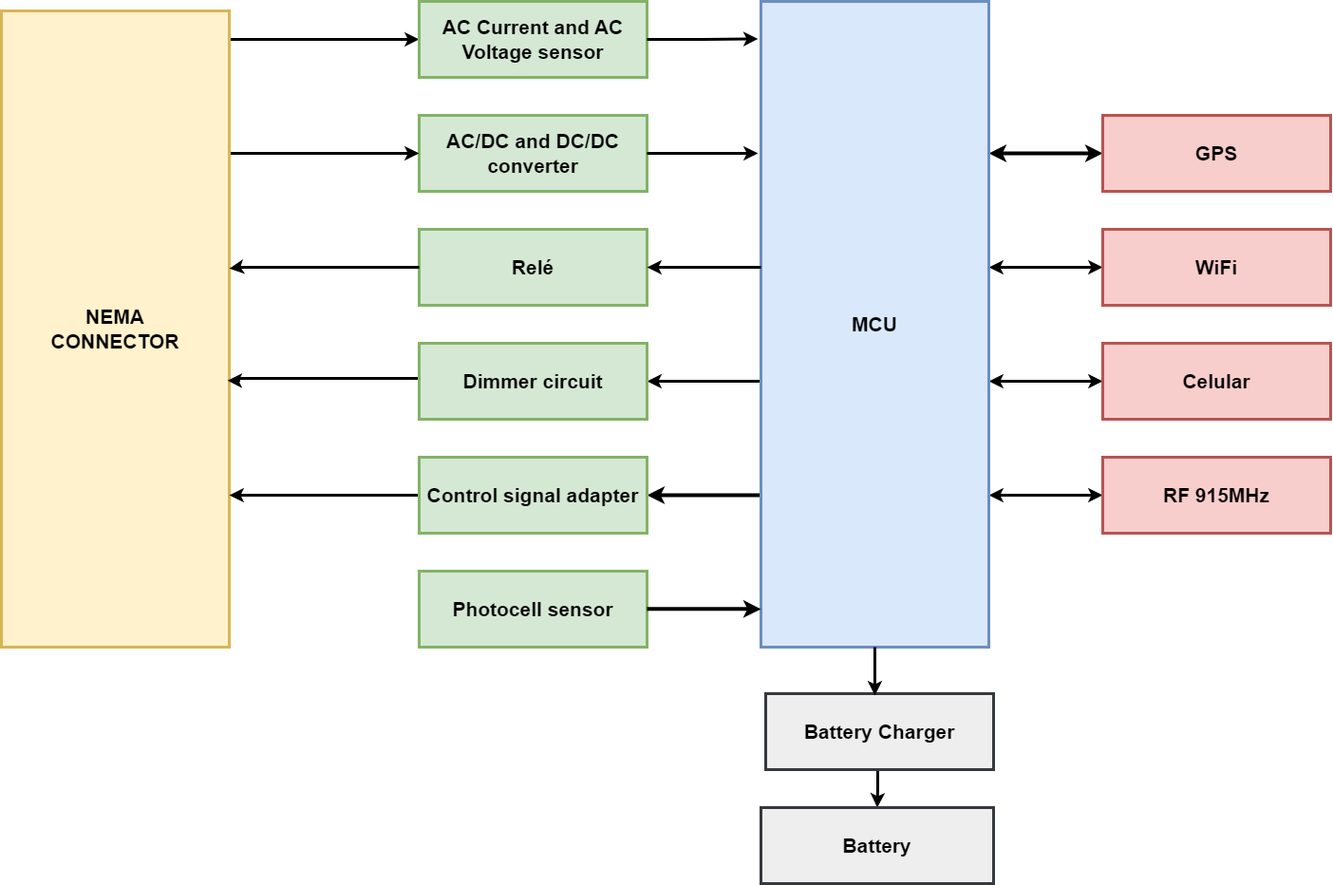
Earlier version of the draw.io export Figuras/diagBloquesGeneral.png (JuanmaGuariste/Planificacion). Source tidied: cells renumbered, new cells last; positions are measured from the earlier drawing's top-left corner, leaving out a move shared by most shapes.
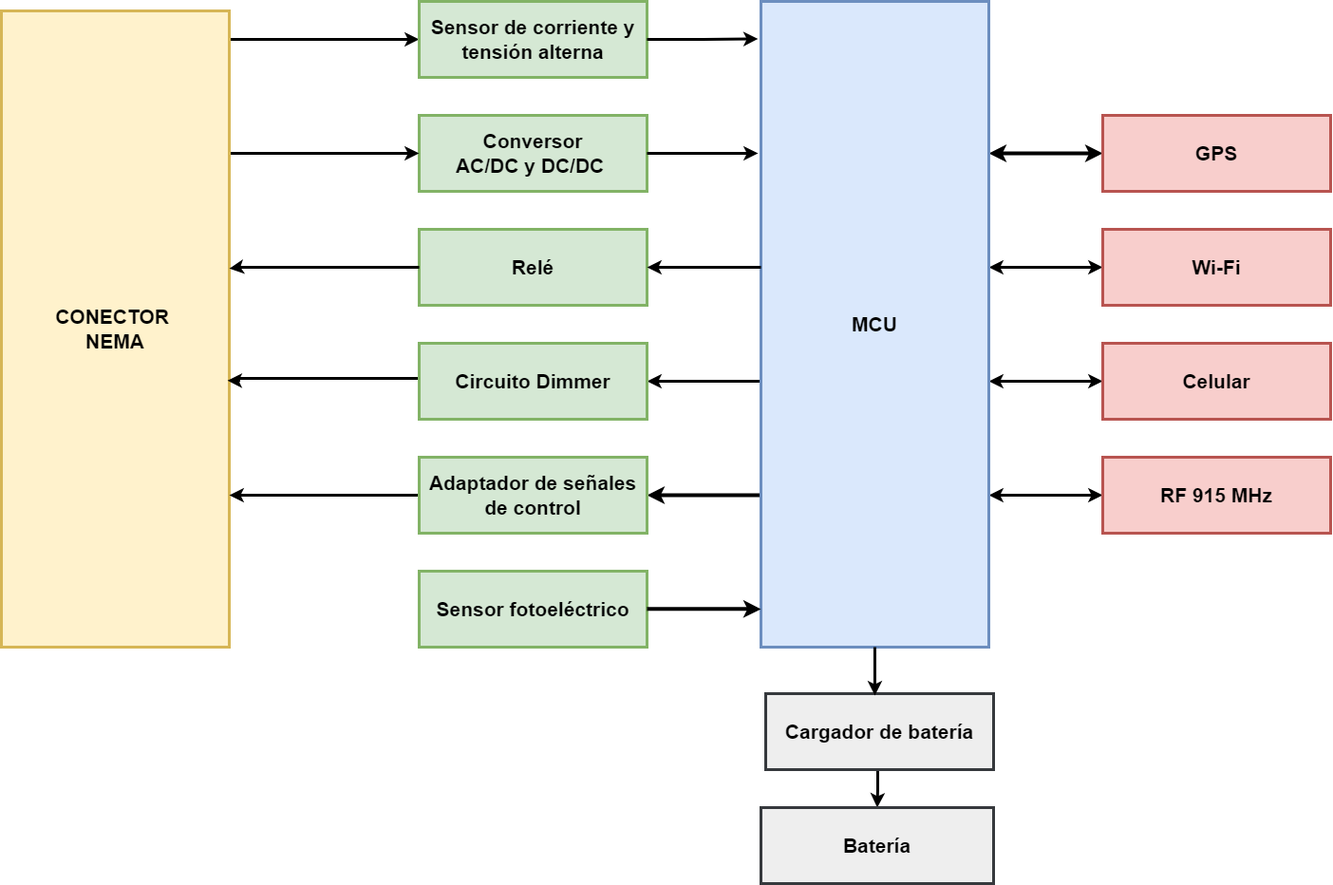
Above is the later version.

The edit, as a diff of the source:
```diff
@@ -56,16 +56,16 @@
     <mxCell id="9" value="&lt;font style=&quot;font-size: 21px;&quot;&gt;&lt;b&gt;GPS&lt;/b&gt;&lt;/font&gt;" style="rounded=0;whiteSpace=wrap;html=1;strokeWidth=3;fillColor=#f8cecc;strokeColor=#b85450;" parent="1" vertex="1">
       <mxGeometry x="1160" y="120" width="240" height="80" as="geometry" />
     </mxCell>
-    <mxCell id="10" value="&lt;font style=&quot;font-size: 21px;&quot;&gt;&lt;b&gt;WiFi&lt;/b&gt;&lt;/font&gt;" style="rounded=0;whiteSpace=wrap;html=1;strokeWidth=3;fillColor=#f8cecc;strokeColor=#b85450;" parent="1" vertex="1">
+    <mxCell id="10" value="&lt;font style=&quot;font-size: 21px;&quot;&gt;&lt;b&gt;Wi-Fi&lt;/b&gt;&lt;/font&gt;" style="rounded=0;whiteSpace=wrap;html=1;strokeWidth=3;fillColor=#f8cecc;strokeColor=#b85450;" parent="1" vertex="1">
       <mxGeometry x="1160" y="240" width="240" height="80" as="geometry" />
     </mxCell>
     <mxCell id="11" value="&lt;font style=&quot;font-size: 21px;&quot;&gt;&lt;b&gt;Celular&lt;/b&gt;&lt;/font&gt;" style="rounded=0;whiteSpace=wrap;html=1;strokeWidth=3;fillColor=#f8cecc;strokeColor=#b85450;" parent="1" vertex="1">
       <mxGeometry x="1160" y="360" width="240" height="80" as="geometry" />
     </mxCell>
-    <mxCell id="12" value="&lt;span style=&quot;font-size: 21px;&quot;&gt;&lt;b&gt;RF 915MHz&lt;/b&gt;&lt;/span&gt;" style="rounded=0;whiteSpace=wrap;html=1;strokeWidth=3;fillColor=#f8cecc;strokeColor=#b85450;" parent="1" vertex="1">
+    <mxCell id="12" value="&lt;span style=&quot;font-size: 21px;&quot;&gt;&lt;b&gt;RF 915 MHz&lt;/b&gt;&lt;/span&gt;" style="rounded=0;whiteSpace=wrap;html=1;strokeWidth=3;fillColor=#f8cecc;strokeColor=#b85450;" parent="1" vertex="1">
       <mxGeometry x="1160" y="480" width="240" height="80" as="geometry" />
     </mxCell>
-    <mxCell id="13" value="&lt;font style=&quot;font-size: 21px;&quot;&gt;&lt;b&gt;AC/DC and DC/DC converter&lt;/b&gt;&lt;/font&gt;" style="rounded=0;whiteSpace=wrap;html=1;strokeWidth=3;fillColor=#d5e8d4;strokeColor=#82b366;" parent="1" vertex="1">
+    <mxCell id="13" value="&lt;div&gt;&lt;font style=&quot;font-size: 21px;&quot;&gt;&lt;b&gt;Conversor&lt;/b&gt;&lt;/font&gt;&lt;/div&gt;&lt;font style=&quot;font-size: 21px;&quot;&gt;&lt;b&gt;AC/DC y DC/DC&amp;nbsp;&lt;/b&gt;&lt;/font&gt;" style="rounded=0;whiteSpace=wrap;html=1;strokeWidth=3;fillColor=#d5e8d4;strokeColor=#82b366;" parent="1" vertex="1">
       <mxGeometry x="440" y="120" width="240" height="80" as="geometry" />
     </mxCell>
     <mxCell id="14" style="edgeStyle=orthogonalEdgeStyle;rounded=0;jettySize=auto;html=1;entryX=0;entryY=0.5;entryDx=0;entryDy=0;strokeWidth=3;" parent="1" edge="1" source="16" target="13">
@@ -84,7 +84,7 @@
         </Array>
       </mxGeometry>
     </mxCell>
-    <mxCell id="16" value="&lt;font style=&quot;font-size: 21px;&quot;&gt;&lt;b&gt;NEMA&lt;/b&gt;&lt;/font&gt;&lt;div&gt;&lt;font style=&quot;font-size: 21px;&quot;&gt;&lt;b&gt;CONNECTOR&lt;/b&gt;&lt;/font&gt;&lt;/div&gt;" style="rounded=0;whiteSpace=wrap;html=1;strokeWidth=3;fillColor=#fff2cc;strokeColor=#d6b656;" parent="1" vertex="1">
+    <mxCell id="16" value="&lt;span style=&quot;font-size: 21px;&quot;&gt;&lt;b&gt;CONECTOR&amp;nbsp;&lt;/b&gt;&lt;/span&gt;&lt;div&gt;&lt;span style=&quot;font-size: 21px;&quot;&gt;&lt;b&gt;NEMA&lt;/b&gt;&lt;/span&gt;&lt;/div&gt;" style="rounded=0;whiteSpace=wrap;html=1;strokeWidth=3;fillColor=#fff2cc;strokeColor=#d6b656;" parent="1" vertex="1">
       <mxGeometry y="10" width="240" height="670" as="geometry" />
     </mxCell>
     <mxCell id="17" style="edgeStyle=orthogonalEdgeStyle;rounded=0;jettySize=auto;html=1;strokeWidth=3;entryX=0.987;entryY=0.716;entryDx=0;entryDy=0;entryPerimeter=0;exitX=0;exitY=0.5;exitDx=0;exitDy=0;" parent="1" edge="1" source="18">
@@ -92,7 +92,7 @@
         <mxPoint x="240" y="520" as="targetPoint" />
       </mxGeometry>
     </mxCell>
-    <mxCell id="18" value="&lt;font style=&quot;font-size: 21px;&quot;&gt;&lt;b&gt;Control signal adapter&lt;/b&gt;&lt;/font&gt;" style="rounded=0;whiteSpace=wrap;html=1;strokeWidth=3;fillColor=#d5e8d4;strokeColor=#82b366;" parent="1" vertex="1">
+    <mxCell id="18" value="&lt;font style=&quot;font-size: 21px;&quot;&gt;&lt;b&gt;Adaptador de señales de control&lt;/b&gt;&lt;/font&gt;" style="rounded=0;whiteSpace=wrap;html=1;strokeWidth=3;fillColor=#d5e8d4;strokeColor=#82b366;" parent="1" vertex="1">
       <mxGeometry x="440" y="480" width="240" height="80" as="geometry" />
     </mxCell>
     <mxCell id="19" style="edgeStyle=orthogonalEdgeStyle;rounded=0;jettySize=auto;html=1;entryX=0.992;entryY=0.581;entryDx=0;entryDy=0;strokeWidth=3;entryPerimeter=0;" parent="1" edge="1" target="16">
@@ -104,10 +104,10 @@
         </Array>
       </mxGeometry>
     </mxCell>
-    <mxCell id="20" value="&lt;font style=&quot;font-size: 21px;&quot;&gt;&lt;b&gt;Dimmer circuit&lt;/b&gt;&lt;/font&gt;" style="rounded=0;whiteSpace=wrap;html=1;strokeWidth=3;fillColor=#d5e8d4;strokeColor=#82b366;" parent="1" vertex="1">
+    <mxCell id="20" value="&lt;font style=&quot;font-size: 21px;&quot;&gt;&lt;b&gt;Circuito Dimmer&lt;/b&gt;&lt;/font&gt;" style="rounded=0;whiteSpace=wrap;html=1;strokeWidth=3;fillColor=#d5e8d4;strokeColor=#82b366;" parent="1" vertex="1">
       <mxGeometry x="440" y="360" width="240" height="80" as="geometry" />
     </mxCell>
-    <mxCell id="21" value="&lt;font style=&quot;font-size: 21px;&quot;&gt;&lt;b&gt;AC Current and AC Voltage sensor&lt;/b&gt;&lt;/font&gt;" style="rounded=0;whiteSpace=wrap;html=1;strokeWidth=3;fillColor=#d5e8d4;strokeColor=#82b366;" parent="1" vertex="1">
+    <mxCell id="21" value="&lt;font style=&quot;font-size: 21px;&quot;&gt;&lt;b&gt;Sensor de corriente y tensión alterna&lt;/b&gt;&lt;/font&gt;" style="rounded=0;whiteSpace=wrap;html=1;strokeWidth=3;fillColor=#d5e8d4;strokeColor=#82b366;" parent="1" vertex="1">
       <mxGeometry x="440" width="240" height="80" as="geometry" />
     </mxCell>
     <mxCell id="22" style="edgeStyle=orthogonalEdgeStyle;rounded=0;jettySize=auto;html=1;entryX=0.5;entryY=0;entryDx=0;entryDy=0;strokeWidth=3;" parent="1" edge="1" source="23" target="24">
@@ -118,16 +118,16 @@
         </Array>
       </mxGeometry>
     </mxCell>
-    <mxCell id="23" value="&lt;font style=&quot;font-size: 21px;&quot;&gt;&lt;b&gt;Battery Charger&lt;/b&gt;&lt;/font&gt;" style="rounded=0;whiteSpace=wrap;html=1;strokeWidth=3;fillColor=#eeeeee;strokeColor=#36393d;" parent="1" vertex="1">
+    <mxCell id="23" value="&lt;font style=&quot;font-size: 21px;&quot;&gt;&lt;b&gt;Cargador de batería&lt;/b&gt;&lt;/font&gt;" style="rounded=0;whiteSpace=wrap;html=1;strokeWidth=3;fillColor=#eeeeee;strokeColor=#36393d;" parent="1" vertex="1">
       <mxGeometry x="805" y="729" width="240" height="80" as="geometry" />
     </mxCell>
-    <mxCell id="24" value="&lt;font style=&quot;font-size: 21px;&quot;&gt;&lt;b&gt;Battery&lt;/b&gt;&lt;/font&gt;" style="rounded=0;whiteSpace=wrap;html=1;strokeWidth=3;fillColor=#eeeeee;strokeColor=#36393d;" parent="1" vertex="1">
+    <mxCell id="24" value="&lt;font style=&quot;font-size: 21px;&quot;&gt;&lt;b&gt;Batería&lt;/b&gt;&lt;/font&gt;" style="rounded=0;whiteSpace=wrap;html=1;strokeWidth=3;fillColor=#eeeeee;strokeColor=#36393d;" parent="1" vertex="1">
       <mxGeometry x="800" y="849" width="245" height="80" as="geometry" />
     </mxCell>
     <mxCell id="25" value="&lt;font style=&quot;font-size: 21px;&quot;&gt;&lt;b&gt;Relé&lt;/b&gt;&lt;/font&gt;" style="rounded=0;whiteSpace=wrap;html=1;strokeWidth=3;fillColor=#d5e8d4;strokeColor=#82b366;" parent="1" vertex="1">
       <mxGeometry x="440" y="240" width="240" height="80" as="geometry" />
     </mxCell>
-    <mxCell id="26" value="&lt;font style=&quot;font-size: 21px;&quot;&gt;&lt;b&gt;Photocell sensor&lt;/b&gt;&lt;/font&gt;" style="rounded=0;whiteSpace=wrap;html=1;strokeWidth=3;fillColor=#d5e8d4;strokeColor=#82b366;" parent="1" vertex="1">
+    <mxCell id="26" value="&lt;font style=&quot;font-size: 21px;&quot;&gt;&lt;b&gt;Sensor fotoeléctrico&lt;/b&gt;&lt;/font&gt;" style="rounded=0;whiteSpace=wrap;html=1;strokeWidth=3;fillColor=#d5e8d4;strokeColor=#82b366;" parent="1" vertex="1">
       <mxGeometry x="440" y="600" width="240" height="80" as="geometry" />
     </mxCell>
     <mxCell id="27" style="edgeStyle=orthogonalEdgeStyle;rounded=0;jettySize=auto;html=1;strokeWidth=4;entryX=0;entryY=0.941;entryDx=0;entryDy=0;entryPerimeter=0;" parent="1" edge="1" source="26" target="8">
```
